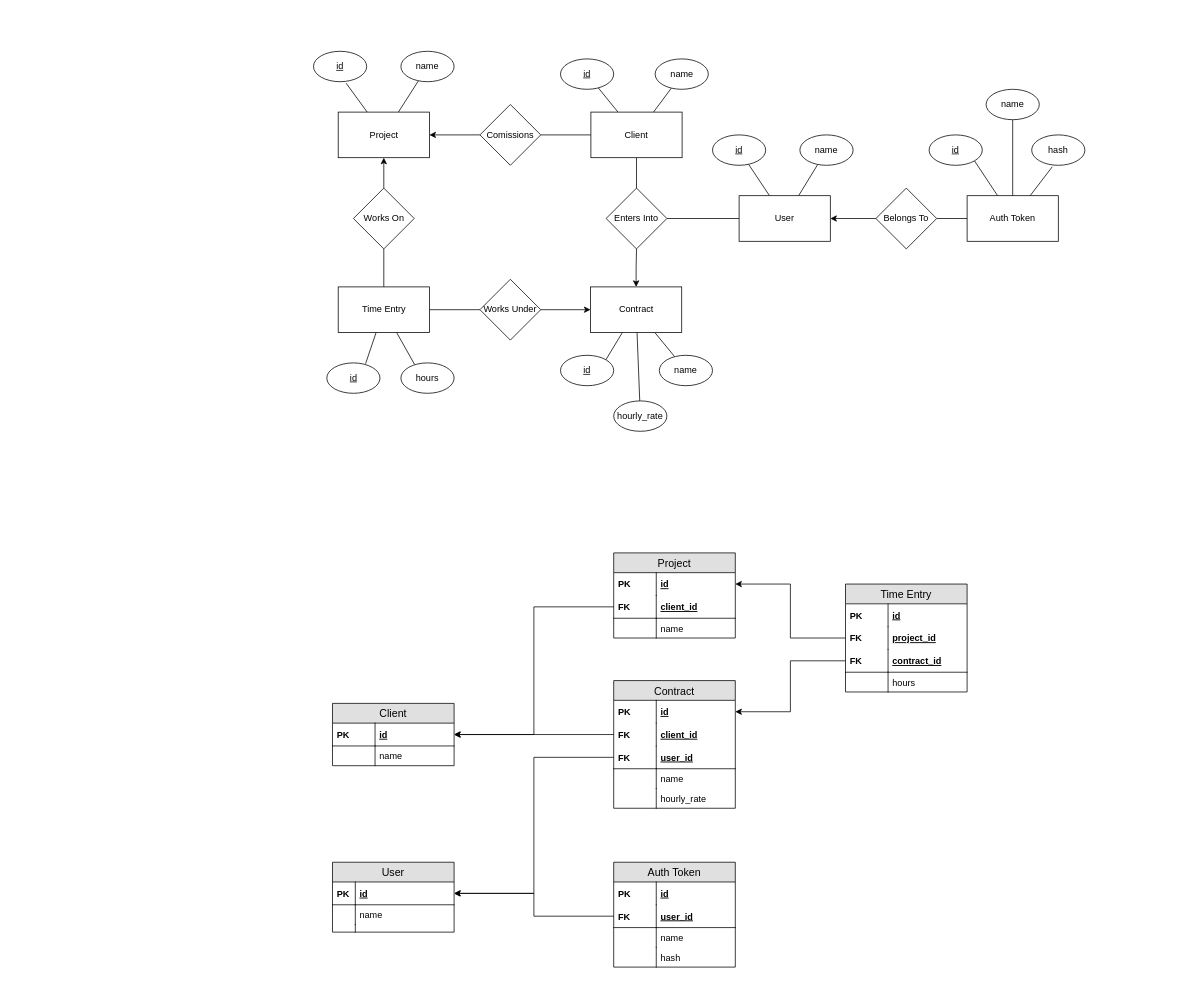
The draw.io diagram api/data-model.drawio in Noah-Huppert/time-tracker, before the edit. Source tidied: cells renumbered, new cells numbered last; positions are measured from the earlier drawing's top-left corner, leaving out a move shared by most shapes. Both pictures are drawn from the tidied source at 76%, with x=0, y=0 at pixel (313, 51).
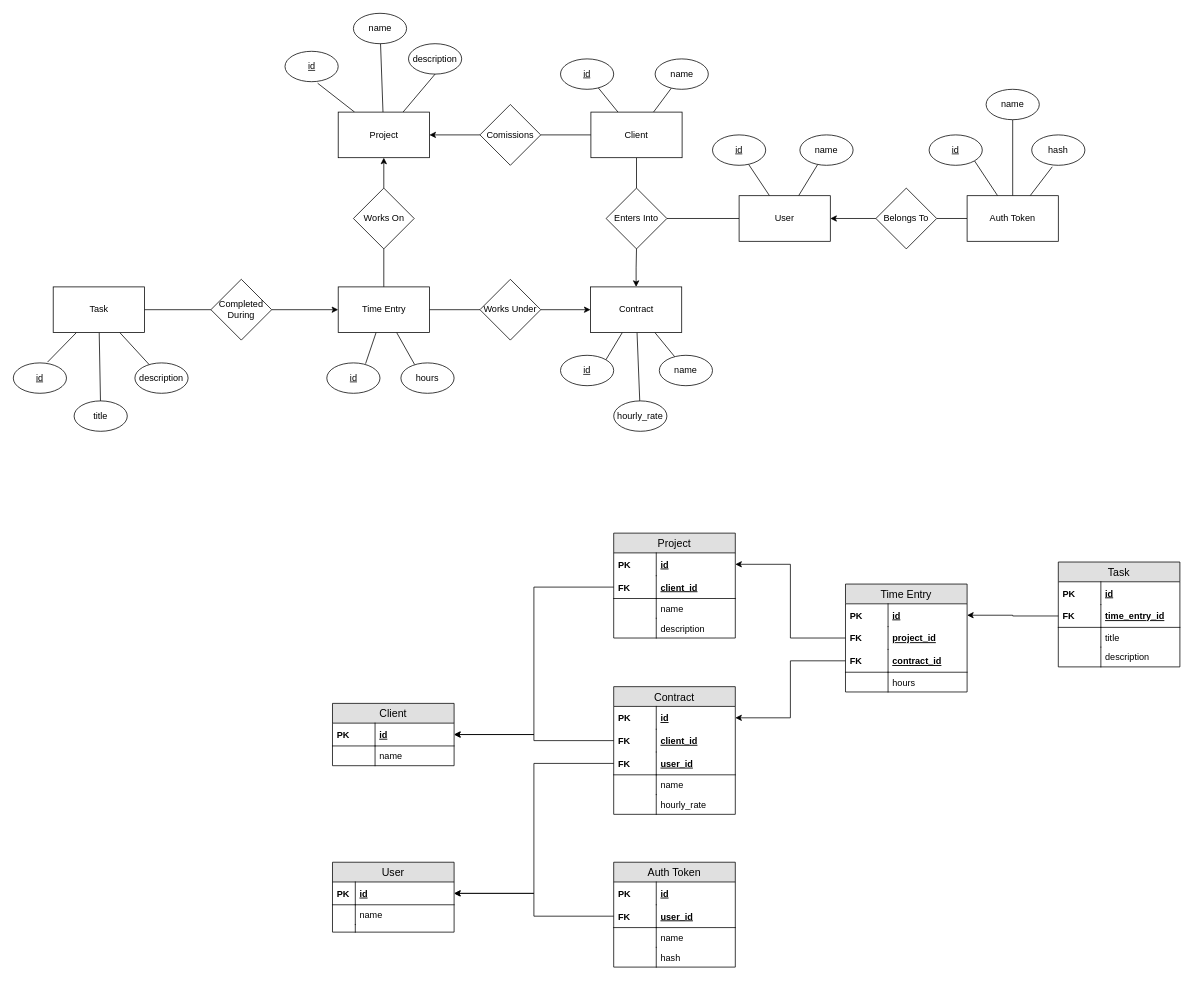
The same diagram, later.

Commit message (it also covers changes not shown here):
api: added task relation to data model diagram

Unchanged cells that the change refers to:
```xml
<mxCell id="35" value="Project" style="rounded=0;whiteSpace=wrap;html=1;" parent="1" vertex="1">
  <mxGeometry x="32.5" y="80" width="120" height="60" as="geometry" />
</mxCell>
<mxCell id="42" value="Time Entry" style="rounded=0;whiteSpace=wrap;html=1;" parent="1" vertex="1">
  <mxGeometry x="32.5" y="310" width="120" height="60" as="geometry" />
</mxCell>
<mxCell id="85" value="id" style="shape=partialRectangle;top=0;left=0;right=0;bottom=0;align=left;verticalAlign=middle;fillColor=none;spacingLeft=60;spacingRight=4;overflow=hidden;points=[[0,0.5],[1,0.5]];portConstraint=eastwest;fontStyle=5;fontSize=12;" parent="84" vertex="1">
  <mxGeometry y="26" width="160" height="30" as="geometry" />
</mxCell>
```

Change to the diagram source:
```diff
@@
+    <mxCell id="106" style="rounded=0;jettySize=auto;html=1;entryX=0.5;entryY=1;entryDx=0;entryDy=0;endArrow=none;endFill=0;" parent="1" edge="1" source="35" target="109">
+      <mxGeometry relative="1" as="geometry" />
+    </mxCell>
@@
     <mxCell id="36" value="&lt;u&gt;id&lt;/u&gt;" style="ellipse;whiteSpace=wrap;html=1;" parent="1" vertex="1">
-      <mxGeometry width="70" height="40" as="geometry" />
+      <mxGeometry x="-37.5" width="70" height="40" as="geometry" />
     </mxCell>
     <mxCell id="37" value="name" style="ellipse;whiteSpace=wrap;html=1;" parent="1" vertex="1">
-      <mxGeometry x="115" width="70" height="40" as="geometry" />
+      <mxGeometry x="52.5" y="-50" width="70" height="40" as="geometry" />
     </mxCell>
@@
     <mxCell id="73" value="Contract" style="swimlane;fontStyle=0;horizontal=1;startSize=26;fillColor=#e0e0e0;swimlaneFillColor=#ffffff;align=center;fontSize=14;" parent="1" vertex="1">
-      <mxGeometry x="395" y="828" width="160" height="168" as="geometry" />
+      <mxGeometry x="395" y="836" width="160" height="168" as="geometry" />
     </mxCell>
@@
     <mxCell id="93" value="Project" style="swimlane;fontStyle=0;horizontal=1;startSize=26;fillColor=#e0e0e0;swimlaneFillColor=#ffffff;align=center;fontSize=14;" parent="1" vertex="1">
-      <mxGeometry x="395" y="660" width="160" height="112" as="geometry" />
+      <mxGeometry x="395" y="634" width="160" height="138" as="geometry" />
     </mxCell>
@@
+    <mxCell id="107" value="description" style="shape=partialRectangle;top=0;left=0;right=0;bottom=0;align=left;verticalAlign=top;fillColor=none;spacingLeft=60;spacingRight=4;overflow=hidden;fontSize=12;" parent="93" vertex="1">
+      <mxGeometry y="112" width="160" height="26" as="geometry" />
+    </mxCell>
+    <mxCell id="108" style="shape=partialRectangle;top=0;left=0;bottom=0;fillColor=none;align=left;verticalAlign=top;spacingLeft=4;spacingRight=4;overflow=hidden;fontSize=12;" parent="107" vertex="1">
+      <mxGeometry width="56" height="26" as="geometry" />
+    </mxCell>
@@
+    <mxCell id="109" value="description" style="ellipse;whiteSpace=wrap;html=1;" parent="1" vertex="1">
+      <mxGeometry x="125" y="-10" width="70" height="40" as="geometry" />
+    </mxCell>
+    <mxCell id="110" style="edgeStyle=none;rounded=0;jettySize=auto;html=1;entryX=0.643;entryY=-0.025;entryDx=0;entryDy=0;entryPerimeter=0;endArrow=none;endFill=0;" parent="1" edge="1" source="114" target="115">
+      <mxGeometry relative="1" as="geometry" />
+    </mxCell>
+    <mxCell id="111" style="edgeStyle=none;rounded=0;jettySize=auto;html=1;endArrow=none;endFill=0;" parent="1" edge="1" source="114" target="116">
+      <mxGeometry relative="1" as="geometry" />
+    </mxCell>
+    <mxCell id="112" style="edgeStyle=none;rounded=0;jettySize=auto;html=1;endArrow=none;endFill=0;" parent="1" edge="1" source="114" target="117">
+      <mxGeometry relative="1" as="geometry" />
+    </mxCell>
+    <mxCell id="113" style="edgeStyle=orthogonalEdgeStyle;rounded=0;jettySize=auto;html=1;entryX=0;entryY=0.5;entryDx=0;entryDy=0;endArrow=none;endFill=0;" parent="1" edge="1" source="114" target="119">
+      <mxGeometry relative="1" as="geometry" />
+    </mxCell>
+    <mxCell id="114" value="Task" style="rounded=0;whiteSpace=wrap;html=1;" parent="1" vertex="1">
+      <mxGeometry x="-342.5" y="310" width="120" height="60" as="geometry" />
+    </mxCell>
+    <mxCell id="115" value="&lt;u&gt;id&lt;/u&gt;" style="ellipse;whiteSpace=wrap;html=1;" parent="1" vertex="1">
+      <mxGeometry x="-395" y="410" width="70" height="40" as="geometry" />
+    </mxCell>
+    <mxCell id="116" value="title" style="ellipse;whiteSpace=wrap;html=1;" parent="1" vertex="1">
+      <mxGeometry x="-315" y="460" width="70" height="40" as="geometry" />
+    </mxCell>
+    <mxCell id="117" value="description" style="ellipse;whiteSpace=wrap;html=1;" parent="1" vertex="1">
+      <mxGeometry x="-235" y="410" width="70" height="40" as="geometry" />
+    </mxCell>
+    <mxCell id="118" style="edgeStyle=orthogonalEdgeStyle;rounded=0;jettySize=auto;html=1;entryX=0;entryY=0.5;entryDx=0;entryDy=0;endArrow=classic;endFill=1;" parent="1" edge="1" source="119" target="42">
+      <mxGeometry relative="1" as="geometry" />
+    </mxCell>
+    <mxCell id="119" value="Completed During" style="rhombus;whiteSpace=wrap;html=1;" parent="1" vertex="1">
+      <mxGeometry x="-135" y="300" width="80" height="80" as="geometry" />
+    </mxCell>
+    <mxCell id="120" value="Task" style="swimlane;fontStyle=0;horizontal=1;startSize=26;fillColor=#e0e0e0;swimlaneFillColor=#ffffff;align=center;fontSize=14;" parent="1" vertex="1">
+      <mxGeometry x="980" y="672" width="160" height="138" as="geometry" />
+    </mxCell>
+    <mxCell id="121" value="id" style="shape=partialRectangle;top=0;left=0;right=0;bottom=0;align=left;verticalAlign=middle;fillColor=none;spacingLeft=60;spacingRight=4;overflow=hidden;fontStyle=5;fontSize=12;" parent="120" vertex="1">
+      <mxGeometry y="26" width="160" height="30" as="geometry" />
+    </mxCell>
+    <mxCell id="122" value="PK" style="shape=partialRectangle;fontStyle=1;top=0;left=0;bottom=0;fillColor=none;align=left;verticalAlign=middle;spacingLeft=4;spacingRight=4;overflow=hidden;fontSize=12;" parent="121" vertex="1">
+      <mxGeometry width="56" height="30" as="geometry" />
+    </mxCell>
+    <mxCell id="123" value="time_entry_id" style="shape=partialRectangle;top=0;left=0;right=0;bottom=1;align=left;verticalAlign=middle;fillColor=none;spacingLeft=60;spacingRight=4;overflow=hidden;points=[[0,0.5],[1,0.5]];portConstraint=eastwest;fontStyle=5;fontSize=12;" parent="120" vertex="1">
+      <mxGeometry y="56" width="160" height="30" as="geometry" />
+    </mxCell>
+    <mxCell id="124" value="FK" style="shape=partialRectangle;fontStyle=1;top=0;left=0;bottom=0;fillColor=none;align=left;verticalAlign=middle;spacingLeft=4;spacingRight=4;overflow=hidden;fontSize=12;" parent="123" vertex="1">
+      <mxGeometry width="56" height="30" as="geometry" />
+    </mxCell>
+    <mxCell id="125" value="title" style="shape=partialRectangle;top=0;left=0;right=0;bottom=0;align=left;verticalAlign=top;fillColor=none;spacingLeft=60;spacingRight=4;overflow=hidden;fontSize=12;" parent="120" vertex="1">
+      <mxGeometry y="86" width="160" height="26" as="geometry" />
+    </mxCell>
+    <mxCell id="126" style="shape=partialRectangle;top=0;left=0;bottom=0;fillColor=none;align=left;verticalAlign=top;spacingLeft=4;spacingRight=4;overflow=hidden;fontSize=12;" parent="125" vertex="1">
+      <mxGeometry width="56" height="26" as="geometry" />
+    </mxCell>
+    <mxCell id="127" value="description" style="shape=partialRectangle;top=0;left=0;right=0;bottom=0;align=left;verticalAlign=top;fillColor=none;spacingLeft=60;spacingRight=4;overflow=hidden;fontSize=12;" parent="120" vertex="1">
+      <mxGeometry y="112" width="160" height="26" as="geometry" />
+    </mxCell>
+    <mxCell id="128" style="shape=partialRectangle;top=0;left=0;bottom=0;fillColor=none;align=left;verticalAlign=top;spacingLeft=4;spacingRight=4;overflow=hidden;fontSize=12;" parent="127" vertex="1">
+      <mxGeometry width="56" height="26" as="geometry" />
+    </mxCell>
+    <mxCell id="129" style="edgeStyle=orthogonalEdgeStyle;rounded=0;jettySize=auto;html=1;entryX=1;entryY=0.5;entryDx=0;entryDy=0;endArrow=classic;endFill=1;" parent="1" edge="1" source="123" target="85">
+      <mxGeometry relative="1" as="geometry" />
+    </mxCell>
```
